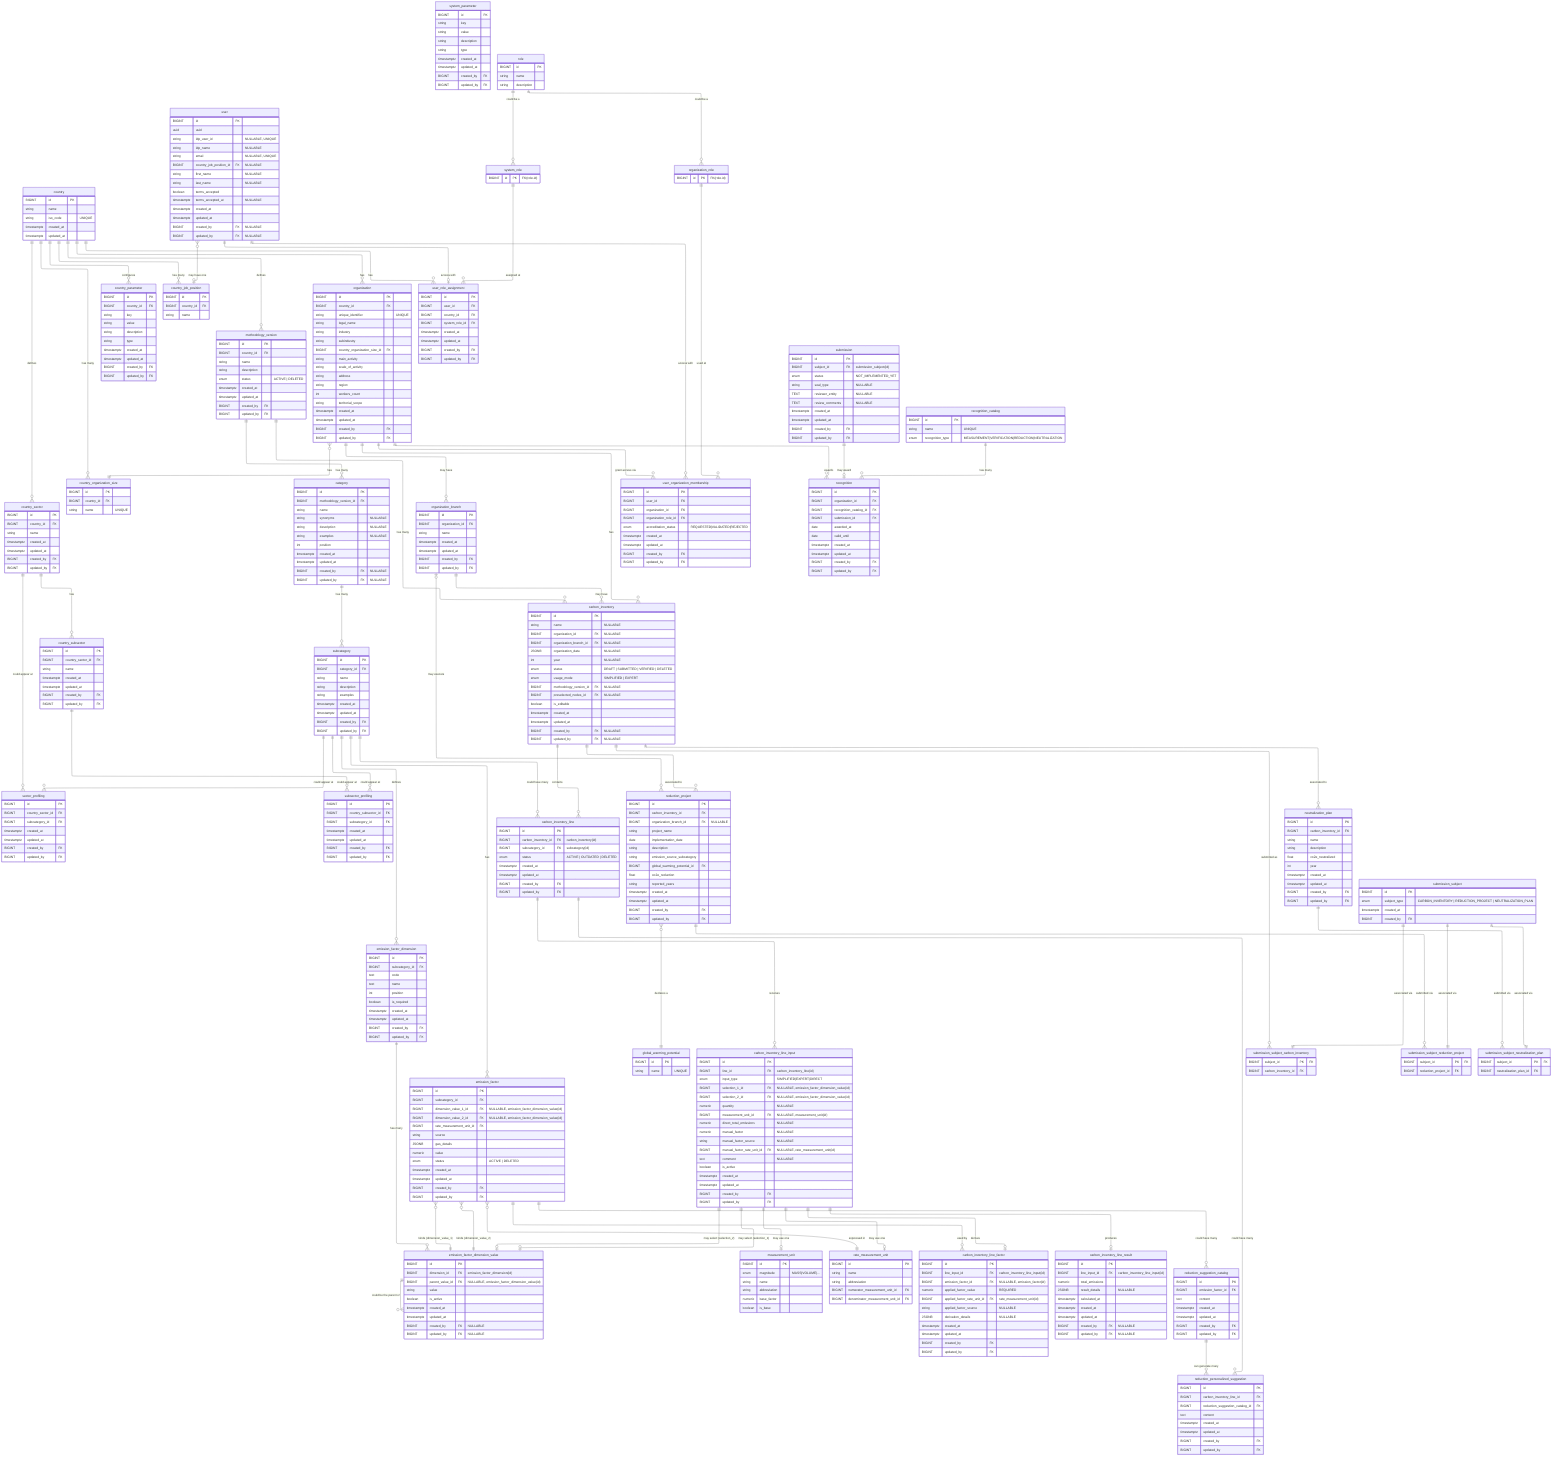
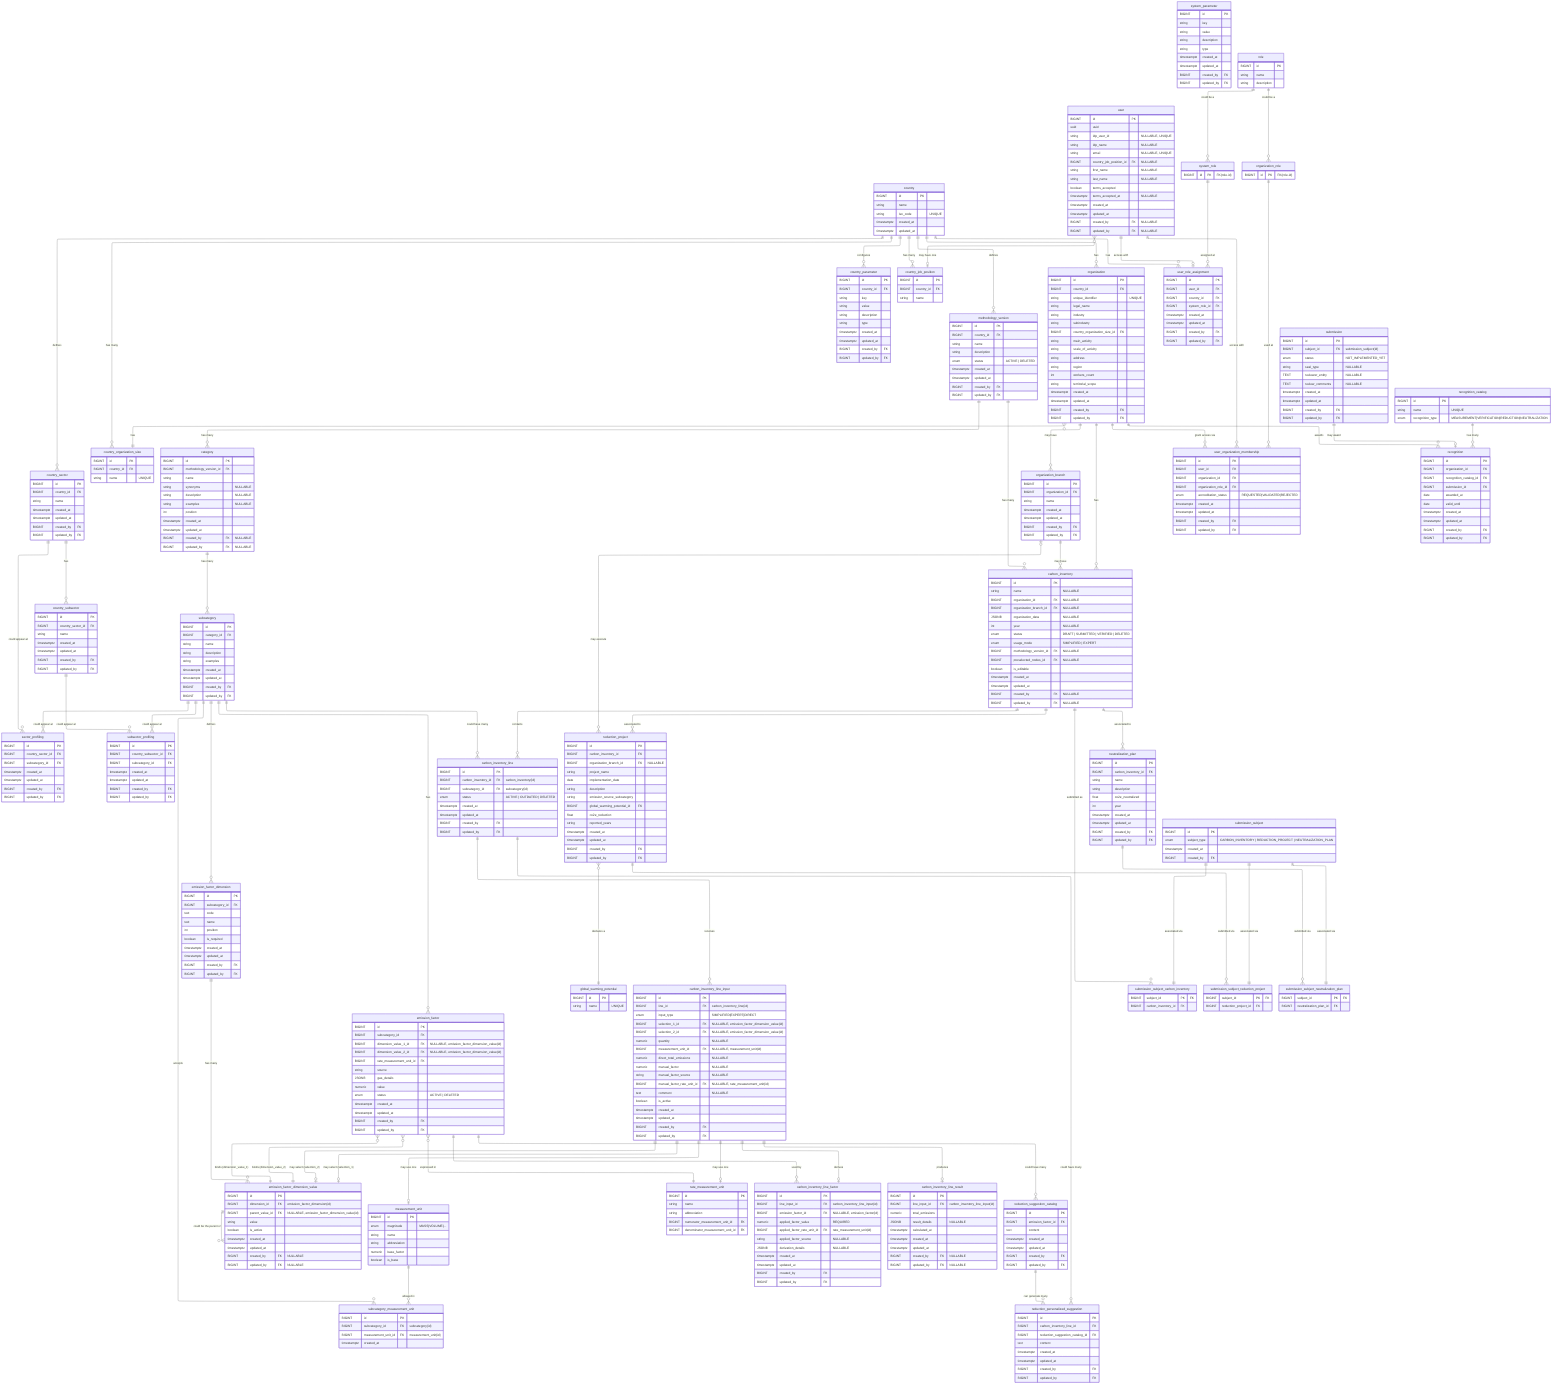
---
config:
  layout: elk
---
erDiagram
	direction TB

	%% ============================================================
	%% Design Principles
	%% ============================================================

	%% 🔷 Core Modeling Principles
	%% 	1.	Each table has a single, well-defined responsibility
	%% Tables are designed to represent one concept only (e.g. configuration, input, result, workflow), avoiding mixed concerns.

	%% 	2.	Relationships reflect real business rules, not just foreign keys
	%% Cardinalities and optionality are chosen to express domain constraints, not merely technical implementation details.

	%% 	3.	Nullability is intentional and meaningful
	%% Nullable fields indicate valid domain states (e.g. optional associations, draft data), not incomplete design.

	%% ⸻

	%% 🔷 Configuration & Reference Data
	%% 	4.	Reference data is normalized and centralized
	%% Shared concepts (statuses, units, potentials) are defined once and reused across the system.

	%% 	5.	Volatile enums are modeled as tables, not database ENUMs
	%% Any value expected to evolve (statuses, workflows) is stored in catalog tables to avoid schema migrations.

	%% 	6.	Stable physical concepts may use ENUMs
	%% Concepts that are scientifically stable (e.g. unit magnitude, usage mode) may use database ENUMs for safety and clarity.

	%% ⸻

	%% 🔷 Methodology & Emission Factors

	%% 	7.	Methodology is versioned and country-scoped
	%% All categories, subcategories, and factors belong to a specific methodology version tied to a country.

	%% 	8.	Emission factors are defined by standardized dimensions, not free text
	%% User selections and factor matching are driven by normalized dimension values to ensure consistency and correctness.

	%% 	9.	Dimension cardinality reflects domain reality, not generic flexibility
	%% Emission factors support up to two dimensions by design, matching current methodology requirements and admin workflows.

	%% 	10.	Administrative workflows are hierarchical and sequential
	%% New entities are created top-down (category → subcategory → dimension → value → factor), enforcing consistency at each level.

	%% ⸻

	%% 🔷 Inventory & Calculation

	%% 	11.	Input, factor selection, and results are modeled as separate concerns
	%% User input, factor derivation, and calculated results are stored in distinct tables for clarity and auditability.

	%% 	12.	Results are always derived from immutable input snapshots
	%% Calculated emissions reference the exact input used, ensuring reproducibility even if inputs change later.

	%% 	13.	Historical data is preserved; updates create new versions
	%% Changes do not overwrite previous data but create new records, maintaining a complete audit trail.

	%% ⸻

	%% 🔷 Workflow & Submissions

	%% 	14.	Workflows are modeled as data, not booleans
	%% Submissions, approvals, and recognitions are represented explicitly rather than inferred from flags.

	%% 	15.	Polymorphism is handled via explicit subject tables
	%% Submissions reference a generic subject entity with concrete subtype tables, avoiding nullable polymorphic foreign keys.

	%% 	16.	Recognitions are awarded based on submissions, not raw entities
	%% This ensures all awards are traceable to a validated review process.

	%% ⸻

	%% 🔷 Audit & Governance

	%% 	17.	Audit fields are applied based on responsibility and mutability
	%% Operational tables are auditable; reference and system-owned tables may omit audit fields by design.

	%% 	18.	System-generated data does not pretend to have an author
	%% Automatically calculated results record timestamps but not created_by or updated_by.

	%% 	19.	Database constraints enforce correctness wherever possible
	%% Uniqueness, consistency, and invariants are enforced at the database level rather than relying solely on application logic.


	%% ⸻

	%% 🔷 Evolution & Maintainability

	%% 	20.	Design favors clarity and correctness over premature generalization
	%% Flexibility is introduced only when driven by real domain requirements, not hypothetical future use cases.

	%% 	21.	Future extensions are possible without breaking existing data
	%% The model anticipates evolution (e.g. new methodologies, new workflows) while keeping current usage simple and explicit.

	%% ⸻

	%% These principles are intentional.
	%% Changes to the model should preserve these invariants unless there is a clear domain-driven reason to evolve them.

	%% ============================================================
	%% 🟦 Country & configuration (7)
	%% ============================================================

	country {
		BIGINT id PK ""
		string name  ""
		string iso_code "UNIQUE"
		timestamptz created_at  ""
		timestamptz updated_at  ""
	}

	country_parameter {
		BIGINT id PK ""
		BIGINT country_id FK ""
		string key  ""
		string value  ""
		string description  ""
		string type  ""
		timestamptz created_at  ""
		timestamptz updated_at  ""
		BIGINT created_by FK ""
		BIGINT updated_by FK ""
	}

	system_parameter {
		BIGINT id PK ""
		string key  ""
		string value  ""
		string description  ""
		string type  ""
		timestamptz created_at  ""
		timestamptz updated_at  ""
		BIGINT created_by FK ""
		BIGINT updated_by FK ""
	}

	country_sector {
		BIGINT id PK ""
		BIGINT country_id FK ""
		string name  ""
		timestamptz created_at  ""
		timestamptz updated_at  ""
		BIGINT created_by FK ""
		BIGINT updated_by FK ""
	}

	country_subsector {
		BIGINT id PK ""
		BIGINT country_sector_id FK ""
		string name  ""
		timestamptz created_at  ""
		timestamptz updated_at  ""
		BIGINT created_by FK ""
		BIGINT updated_by FK ""
	}

	country_organization_size {
		BIGINT id PK ""
		BIGINT country_id FK ""
		string name  "UNIQUE"
	}

	country_job_position {
		BIGINT id PK ""
		BIGINT country_id FK ""
		string name  ""
	}

	%% ============================================================
- 	%% 🟩 Methodology & factors (9)
+ 	%% 🟩 Methodology & factors (10)
	%% ============================================================

	methodology_version {
		BIGINT id PK ""
		BIGINT country_id FK ""
		string name  ""
		string description  ""
		enum status "ACTIVE | DELETED"
		timestamptz created_at  ""
		timestamptz updated_at  ""
		BIGINT created_by FK ""
		BIGINT updated_by FK ""
		%% Enforce via trigger at most 1 active per country
	}

	category {
		BIGINT id PK ""
		BIGINT methodology_version_id FK ""
		string name  ""
		%% just for displaying
		string synonyms "NULLABLE"
		%% just for displaying
		string description "NULLABLE"
		%% just for displaying
		string examples "NULLABLE"
		%% Position must be > 0 (enforced by DB CHECK constraint)
		int position ""
		timestamptz created_at  ""
		timestamptz updated_at  ""
		BIGINT created_by FK "NULLABLE"
		BIGINT updated_by FK "NULLABLE"
		%% UNIQUE(methodology_version_id, name)
		%% UNIQUE(methodology_version_id, position)
	}

	subcategory {
		BIGINT id PK ""
		BIGINT category_id FK ""
		string name  ""
		%% just for displaying
		string description  ""
		%% just for displaying
		string examples ""
		timestamptz created_at  ""
		timestamptz updated_at  ""
		BIGINT created_by FK ""
		BIGINT updated_by FK ""
	}

	emission_factor_dimension {
		BIGINT id PK ""
		BIGINT subcategory_id FK ""
		%% Like: FUEL_GROUP, FUEL_TYPE, GAS_TYPE
		text code ""
		%% Like: Tipo de combustible, Tipo de gas
		text name ""
		%% Like: 1, 2, 3 (order in UI & logic)
		int position ""
		boolean is_required ""
		timestamptz created_at  ""
		timestamptz updated_at  ""
		BIGINT created_by FK ""
		BIGINT updated_by FK ""
		%% UNIQUE(subcategory_id, position),
		%% UNIQUE(subcategory_id, code)
	}

	emission_factor_dimension_value {
		BIGINT id PK ""
		BIGINT dimension_id FK "emission_factor_dimension(id)"
		BIGINT parent_value_id FK "NULLABLE, emission_factor_dimension_value(id)"
		%% Like: Natural gas, Diesel, Kerosene, etc
		string value ""
		boolean is_active ""
		timestamptz created_at  ""
		timestamptz updated_at  ""
		BIGINT created_by FK "NULLABLE"
		BIGINT updated_by FK "NULLABLE"
		%% UNIQUE(dimension_id, value)
	}

	emission_factor {
		BIGINT id PK ""
		BIGINT subcategory_id FK ""
		%% Emission factors currently support up to two dimensions via fixed columns.
		%% A binding table was considered for unbounded dimensions but intentionally not used to keep queries and constraints simple.
		BIGINT dimension_value_1_id FK "NULLABLE, emission_factor_dimension_value(id)"
		BIGINT dimension_value_2_id FK "NULLABLE, emission_factor_dimension_value(id)"
		BIGINT rate_measurement_unit_id FK ""
		string source  ""
		JSONB gas_details ""
		numeric value  ""
		enum status "ACTIVE | DELETED"
		timestamptz created_at  ""
		timestamptz updated_at  ""
		BIGINT created_by FK ""
		BIGINT updated_by FK ""
		%% Enforce UNIQUE (subcategory_id, dimension_value_1_id, dimension_value_2_id) WHERE status = 'ACTIVE'
	}

	sector_profiling {
		BIGINT id PK ""
		BIGINT country_sector_id FK ""
		BIGINT subcategory_id FK ""
		timestamptz created_at  ""
		timestamptz updated_at  ""
		BIGINT created_by FK ""
		BIGINT updated_by FK ""
		%% UNIQUE(country_sector_id, subcategory_id)
	}

	subsector_profiling {
		BIGINT id PK ""
		BIGINT country_subsector_id FK ""
		BIGINT subcategory_id FK ""
		timestamptz created_at  ""
		timestamptz updated_at  ""
		BIGINT created_by FK ""
		BIGINT updated_by FK ""
		%% UNIQUE(country_subsector_id, subcategory_id)
	}

	measurement_unit {
		BIGINT id PK ""
		enum magnitude  "MASS|VOLUME|..."
		string name  ""
		string abbreviation  ""
		numeric base_factor  ""
		boolean is_base  ""
		%% Enforce UNIQUE (magnitude) WHERE is_base = true
	}

	rate_measurement_unit {
		BIGINT id PK ""
		string name  ""
		string abbreviation  ""
		BIGINT numerator_measurement_unit_id FK ""
		BIGINT denominator_measurement_unit_id FK ""
+ 	}
+ 
+ 	subcategory_measurement_unit {
+ 		BIGINT id PK ""
+ 		BIGINT subcategory_id FK "subcategory(id)"
+ 		BIGINT measurement_unit_id FK "measurement_unit(id)"
+ 		timestamptz created_at ""
+ 		%% UNIQUE(subcategory_id, measurement_unit_id)
	}

	global_warming_potential {
		BIGINT id PK ""
		string name "UNIQUE"
		%% AR4, AR5, etc...
	}

	%% ============================================================
	%% 🟨 Organizations & users (8)
	%% ============================================================

	organization {
		BIGINT id PK ""
		BIGINT country_id FK ""
		string unique_identifier  "UNIQUE"
		string legal_name  ""
		string industry  ""
		string subindustry  ""
		BIGINT country_organization_size_id FK ""
		string main_activity  ""
		string scale_of_activity  ""
		string address  ""
		string region  ""
		int workers_count  ""
		string territorial_scope  ""
		timestamptz created_at  ""
		timestamptz updated_at  ""
		BIGINT created_by FK ""
		BIGINT updated_by FK ""
	}

	organization_branch {
		BIGINT id PK ""
		BIGINT organization_id FK ""
		string name  ""
		timestamptz created_at  ""
		timestamptz updated_at  ""
		BIGINT created_by FK ""
		BIGINT updated_by FK ""
	}

	user {
		BIGINT id PK ""
		uuid uuid  ""
		string idp_user_id "NULLABLE, UNIQUE"
		string idp_name "NULLABLE"
		string email  "NULLABLE, UNIQUE"
		BIGINT country_job_position_id FK "NULLABLE"
		string first_name "NULLABLE"
		string last_name "NULLABLE"
		boolean terms_accepted ""
		timestamptz terms_accepted_at "NULLABLE"
		timestamptz created_at  ""
		timestamptz updated_at  ""
		BIGINT created_by FK "NULLABLE"
		BIGINT updated_by FK "NULLABLE"
	}

	%% abstract parent table
	role {
		BIGINT id PK ""
		string name ""
		string description ""
	}

	system_role {
		BIGINT id PK "FK(role.id)"
	}

	organization_role {
		BIGINT id PK "FK(role.id)"
	}

	user_organization_membership {
		BIGINT id PK ""
		BIGINT user_id FK ""
		BIGINT organization_id FK ""
		BIGINT organization_role_id FK ""
		enum accreditation_status  "REQUESTED|VALIDATED|REJECTED"
		timestamptz created_at  ""
		timestamptz updated_at  ""
		BIGINT created_by FK ""
		BIGINT updated_by FK ""
		%% UNIQUE(user_id, organization_id, organization_role_id)
	}

	user_role_assignment {
		BIGINT id PK ""
		BIGINT user_id FK ""
		BIGINT country_id FK ""
		BIGINT system_role_id FK ""
		timestamptz created_at  ""
		timestamptz updated_at  ""
		BIGINT created_by FK ""
		BIGINT updated_by FK ""
		%% UNIQUE(user_id, country_id, system_role_id)
	}

	%% ============================================================
	%% 🟧 Inventory & calculation (9)
	%% ============================================================

	%% organization & organization_branch will be NULL when user does not belong to any org.
	carbon_inventory {
		BIGINT id PK ""
		string name "NULLABLE"
		BIGINT organization_id FK "NULLABLE"
		BIGINT organization_branch_id FK "NULLABLE"
		JSONB organization_data "NULLABLE"
		int year "NULLABLE"
		enum status "DRAFT | SUBMITTED | VERIFIED | DELETED"
		enum usage_mode "SIMPLIFIED | EXPERT"
		BIGINT methodology_version_id FK "NULLABLE"
		BIGINT preselected_nodes_id FK "NULLABLE"
		boolean is_editable ""
		timestamptz created_at  ""
		timestamptz updated_at  ""
		BIGINT created_by FK "NULLABLE"
		BIGINT updated_by FK "NULLABLE"
	}

	%% A "line" represents what is being measured (subcategory) for a given inventory.
	%% We do not store quantities/factors/selections here. It's the anchor.
	carbon_inventory_line {
		BIGINT id PK ""
		BIGINT carbon_inventory_id FK "carbon_inventory(id)"
		BIGINT subcategory_id FK "subcategory(id)"
		enum status "ACTIVE | OUTDATED | DELETED"
		timestamptz created_at  ""
		timestamptz updated_at  ""
		BIGINT created_by FK ""
		BIGINT updated_by FK ""
	}

	carbon_inventory_line_input {
		BIGINT id PK ""
		BIGINT line_id FK "carbon_inventory_line(id)"
		enum input_type "SIMPLIFIED|EXPERT|DIRECT"

		%% the "dimension selections" (more on dimension standardization in section 4)
		BIGINT selection_1_id FK "NULLABLE, emission_factor_dimension_value(id)"
		BIGINT selection_2_id FK "NULLABLE, emission_factor_dimension_value(id)"

		numeric quantity "NULLABLE"
		BIGINT measurement_unit_id FK "NULLABLE, measurement_unit(id)"

		%% For DIRECT mode:
		numeric direct_total_emissions "NULLABLE"

		%% For EXPERT mode:
		numeric manual_factor "NULLABLE"
		string manual_factor_source "NULLABLE"
		BIGINT manual_factor_rate_unit_id FK "NULLABLE, rate_measurement_unit(id)"

		text comment "NULLABLE"
		boolean is_active ""
		timestamptz created_at  ""
		timestamptz updated_at  ""
		BIGINT created_by FK ""
		BIGINT updated_by FK ""
		%% Enforce only one active input per line: UNIQUE(line_id) WHERE is_active = true
	}

	%% This stores "what factor did we use, after conversions, and why" so results are reproducible.
	carbon_inventory_line_factor {
		BIGINT id PK ""
		BIGINT line_input_id FK "carbon_inventory_line_input(id)"

		%% chosen factor: either from catalog (simplified) or null for expert/direct
		BIGINT emission_factor_id FK "NULLABLE, emission_factor(id)"

		%% normalized factor actually used in the computation (post-conversion)
		%% REQUIRED: Must always be present for result reproducibility
		numeric applied_factor_value "REQUIRED"
		BIGINT applied_factor_rate_unit_id FK "rate_measurement_unit(id)"
		string applied_factor_source "NULLABLE"

		%% optionally store a JSON blob explaining conversion steps for auditability
		JSONB derivation_details "NULLABLE"

		timestamptz created_at  ""
		timestamptz updated_at  ""
		BIGINT created_by FK ""
		BIGINT updated_by FK ""
		%% Enforce 1 factor row per input: UNIQUE(line_input_id)
	}

	carbon_inventory_line_result {
		BIGINT id PK ""
		BIGINT line_input_id FK "carbon_inventory_line_input(id)"
		numeric total_emissions ""
		%% optionally store breakdown: per-gas, CO2e, etc.
		JSONB result_details "NULLABLE"
		timestamptz calculated_at ""
		timestamptz created_at  ""
		timestamptz updated_at  ""
		BIGINT created_by FK "NULLABLE"
		BIGINT updated_by FK "NULLABLE"
		%% Ensure 1 result per input: UNIQUE(line_input_id)
	}

	reduction_suggestion_catalog {
		BIGINT id PK ""
		BIGINT emission_factor_id FK ""
		text content  ""
		timestamptz created_at  ""
		timestamptz updated_at  ""
		BIGINT created_by FK ""
		BIGINT updated_by FK ""
	}

	%% We plan to create these suggestion with AI
	reduction_personalized_suggestion {
		BIGINT id PK ""
		BIGINT carbon_inventory_line_id FK ""
		BIGINT reduction_suggestion_catalog_id FK ""
		text content  ""
		timestamptz created_at  ""
		timestamptz updated_at  ""
		BIGINT created_by FK ""
		BIGINT updated_by FK ""
	}

	reduction_project {
		BIGINT id PK ""
		BIGINT carbon_inventory_id FK ""
		BIGINT organization_branch_id FK "NULLABLE"
		string project_name  ""
		date implementation_date  ""
		string description  ""
		string emission_source_subcategory  ""
		BIGINT global_warming_potential_id FK ""
		float co2e_reduction  ""
		string reported_years  ""
		timestamptz created_at  ""
		timestamptz updated_at  ""
		BIGINT created_by FK ""
		BIGINT updated_by FK ""
	}

	neutralization_plan {
		BIGINT id PK ""
		BIGINT carbon_inventory_id FK ""
		string name  ""
		string description  ""
		float co2e_neutralized  ""
		int year  ""
		timestamptz created_at  ""
		timestamptz updated_at  ""
		BIGINT created_by FK ""
		BIGINT updated_by FK ""
	}

	%% ============================================================
	%% 🟥 Submissions & recognition (7)
	%% ============================================================

	%% Read the docs about the submissions model design here: https://www.notion.so/Modelo-E-R-para-Submissions-2d318d2c8901805ab8f9eed2a9d9d702?source=copy_link
	%% The data within this table is immutable once created
	submission_subject {
		BIGINT id PK ""
		enum subject_type "CARBON_INVENTORY | REDUCTION_PROJECT | NEUTRALIZATION_PLAN"
		timestamptz created_at  ""
		BIGINT created_by FK ""
	}

	%% The data within this table is immutable once created
	submission_subject_carbon_inventory {
		BIGINT subject_id PK "FK"
		BIGINT carbon_inventory_id FK ""
	}

	%% The data within this table is immutable once created
	submission_subject_reduction_project {
		BIGINT subject_id PK "FK"
		BIGINT reduction_project_id FK ""
	}

	%% The data within this table is immutable once created
	submission_subject_neutralization_plan {
		BIGINT subject_id PK "FK"
		BIGINT neutralization_plan_id FK ""
	}

	submission {
		BIGINT id PK ""
		BIGINT subject_id FK "submission_subject(id)"
		enum status "NOT_IMPLEMENTED_YET"
		string seal_type  "NULLABLE"
		TEXT reviewer_entity "NULLABLE"
		TEXT review_comments "NULLABLE"
		timestamptz created_at  ""
		timestamptz updated_at  ""
		BIGINT created_by FK ""
		BIGINT updated_by FK ""
	}

	recognition_catalog {
		BIGINT id PK ""
		string name "UNIQUE"
		enum recognition_type  "MEASUREMENT|VERIFICATION|REDUCTION|NEUTRALIZATION"
	}

	recognition {
		BIGINT id PK ""
		BIGINT organization_id FK ""
		BIGINT recognition_catalog_id FK ""
		BIGINT submission_id FK ""
		date awarded_at  ""
		date valid_until  ""
		timestamptz created_at  ""
		timestamptz updated_at  ""
		BIGINT created_by FK ""
		BIGINT updated_by FK ""
	}

	%% ============================================================
	%% Others
	%% ============================================================


%% ============================================================
%% Relationships
%% ============================================================

country
	country ||--o{ country_parameter : "configures"
	country ||--o{ country_sector : "defines"
	country ||--o{ methodology_version : "defines"
	country ||--o{ organization : "has"
	country ||--o{ user_role_assignment : "has"
	country ||--o{ country_organization_size: "has many"
	country ||--o{ country_job_position : "has many"

country_sector
	country_sector ||--o{ country_subsector : "has"
	country_sector ||--o{ sector_profiling : "could appear at"

country_subsector
	country_subsector ||--o{ subsector_profiling : "could appear at"

organization
	organization ||--o{ carbon_inventory : "has"
	organization ||--o{ organization_branch : "may have"
	organization ||--o{ recognition : "awards"
	organization ||--o{ user_organization_membership : "grant access via"
	organization }o--|| country_organization_size : "has"

organization_branch
	organization_branch |o--o{ reduction_project : "may execute"
	organization_branch ||--o{ carbon_inventory : "may have"

recognition_catalog
	recognition_catalog ||--o{ recognition  : "has many"

role
	role ||--o{ system_role : "could be a"
	role ||--o{ organization_role : "could be a"
	organization_role ||--o{ user_organization_membership : "used at"
	system_role ||--o{ user_role_assignment : "assigned at"

user
	user ||--o{ user_organization_membership : "access with"
	user }o--o| country_job_position : "may have one"
	user ||--o| user_role_assignment : "access with"

methodology_version
	methodology_version ||--o{ carbon_inventory : "has many"
	methodology_version ||--o{ category : "has many"

category
	category ||--o{ subcategory : "has many"

subcategory
	subcategory ||--o{ emission_factor_dimension: "defines"
	%% A subcategory may exist with zero emission factors:
	subcategory ||--o{ emission_factor: "has"
	subcategory ||--o{ sector_profiling: "could appear at"
	subcategory ||--o{ subsector_profiling: "could appear at"
	subcategory ||--o{ carbon_inventory_line: "could have many"
+ 	subcategory ||--o{ subcategory_measurement_unit: "accepts"
+ 
+ measurement_unit
+ 	measurement_unit ||--o{ subcategory_measurement_unit: "allowed in"

emission_factor_dimension
	emission_factor_dimension ||--o{ emission_factor_dimension_value : "has many"

emission_factor_dimension_value
	emission_factor_dimension_value ||--o{ emission_factor_dimension_value : "could be the parent of"

emission_factor
	emission_factor ||--o{ reduction_suggestion_catalog : "could have many"
	emission_factor ||--o{ carbon_inventory_line_factor : "used by"
	emission_factor }o--|| rate_measurement_unit : "expressed in"
	%% At most 2 values, depending on subcategory configuration:
	emission_factor }o--|| emission_factor_dimension_value : "binds (dimension_value_1)"
	emission_factor }o--|| emission_factor_dimension_value : "binds (dimension_value_2)"

carbon_inventory
	carbon_inventory ||--o{ carbon_inventory_line: "contains"
	carbon_inventory ||--o{ submission_subject_carbon_inventory: "submitted as"
	carbon_inventory ||--o{ neutralization_plan: "associated to"
	carbon_inventory ||--o{ reduction_project: "associated to"

carbon_inventory_line
	carbon_inventory_line ||--o{ reduction_personalized_suggestion: "could have many"
	carbon_inventory_line ||--o{ carbon_inventory_line_input: "receives"

carbon_inventory_line_input
	carbon_inventory_line_input ||--o| emission_factor_dimension_value: "may select (selection_1)"
	carbon_inventory_line_input ||--o| emission_factor_dimension_value: "may select (selection_2)"
	carbon_inventory_line_input ||--o| measurement_unit: "may use one"
	carbon_inventory_line_input ||--o| rate_measurement_unit: "may use one"
	carbon_inventory_line_input ||--o| carbon_inventory_line_factor: "derives"
	carbon_inventory_line_input ||--o| carbon_inventory_line_result: "produces"

submission_subject
	submission_subject ||--|| submission_subject_carbon_inventory : "associated via"
	submission_subject ||--|| submission_subject_reduction_project : "associated via"
	submission_subject ||--|| submission_subject_neutralization_plan : "associated via"

submission
	submission ||--o| recognition: "may award"

neutralization_plan
	neutralization_plan ||--o{ submission_subject_neutralization_plan : "submitted via"

reduction_project
	reduction_project ||--o{ submission_subject_reduction_project : "submitted via"
	reduction_project }o--|| global_warming_potential : "declares a"

reduction_suggestion_catalog
	reduction_suggestion_catalog ||--o{ reduction_personalized_suggestion : "can generate many"